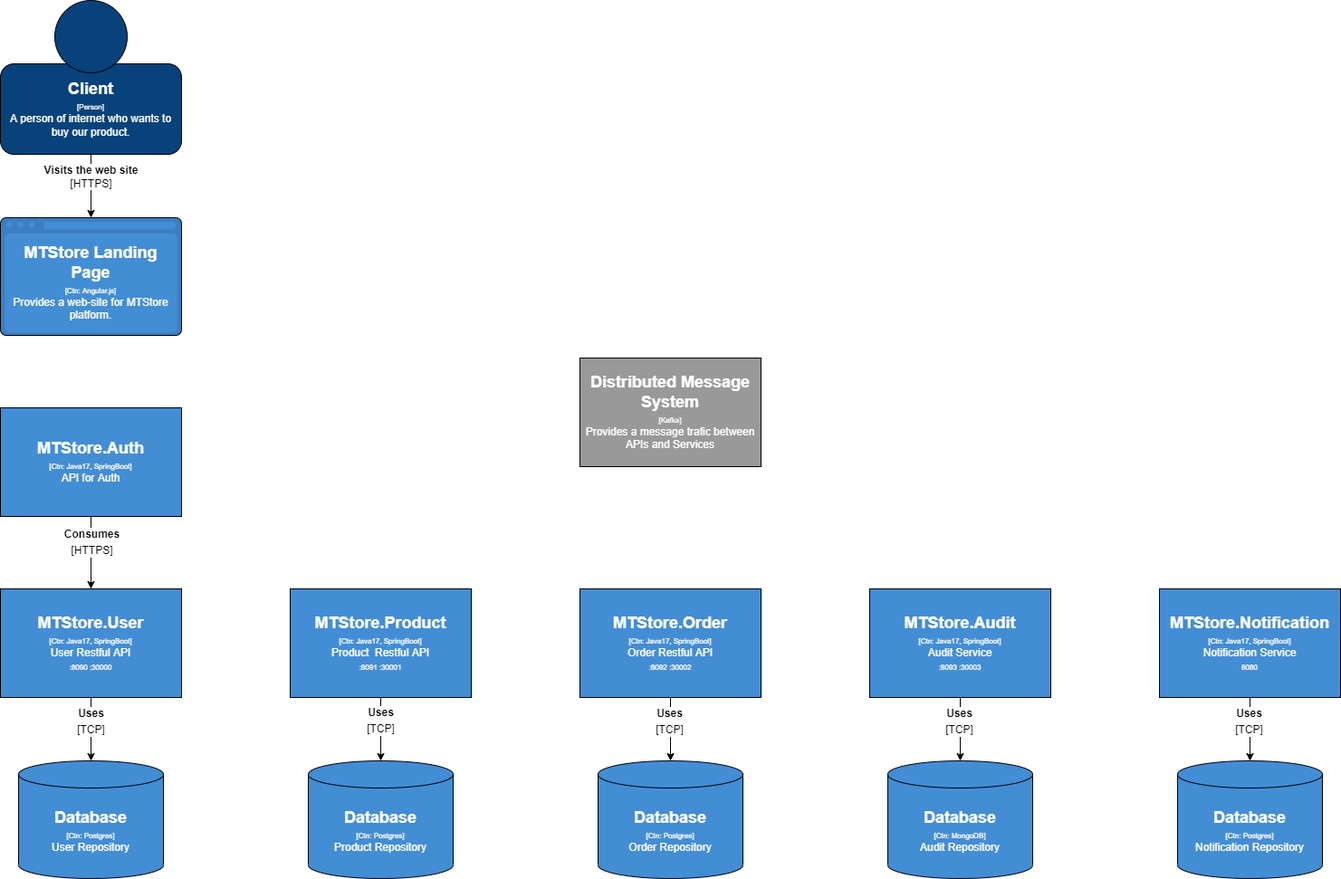
This is MTStore.drawio.png from rodsordi/MTStore.Commons, a draw.io export, as it was before one commit. Source tidied: cells renumbered, new cells last; positions are measured from the earlier drawing's top-left corner, leaving out a move shared by most shapes.
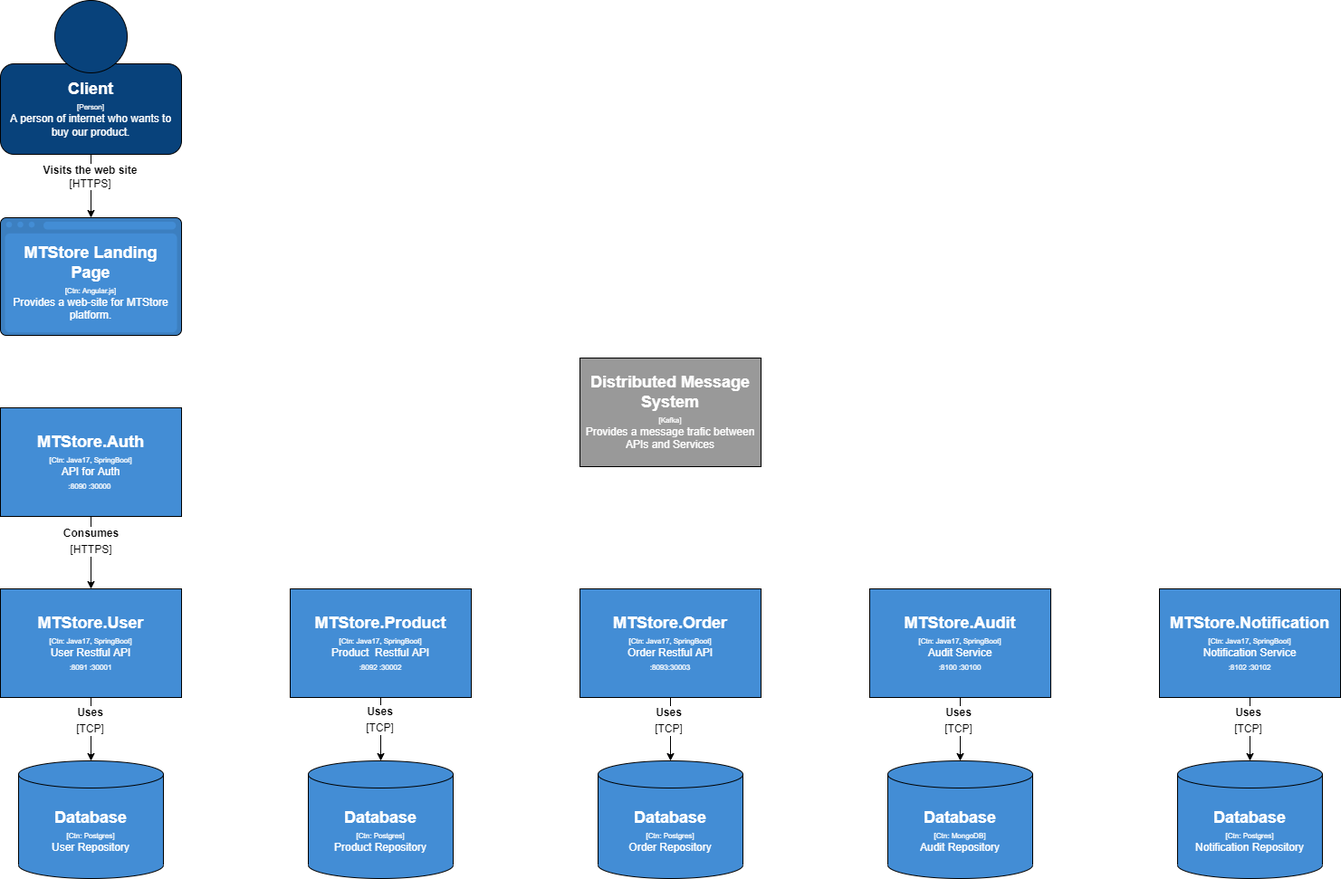
The same diagram one commit later.

Diff of the diagram source:
```diff
@@ -8,7 +8,7 @@
     <mxCell id="3" value="&lt;font color=&quot;#000000&quot;&gt;&lt;span style=&quot;font-size: 12px&quot;&gt;&lt;b&gt;Uses&lt;/b&gt;&lt;/span&gt;&lt;/font&gt;&lt;br style=&quot;color: rgb(0 , 0 , 0) ; font-size: 12px&quot;&gt;&lt;span style=&quot;color: rgb(0 , 0 , 0) ; font-size: 12px&quot;&gt;[TCP]&lt;/span&gt;" style="edgeLabel;html=1;align=center;verticalAlign=middle;fontSize=8;fontColor=#FFFFFF;" parent="2" vertex="1">
       <mxGeometry x="-0.25" y="-1" relative="1" as="geometry" />
     </mxCell>
-    <mxCell id="4" value="&lt;font&gt;&lt;span style=&quot;font-size: 18px ; font-weight: bold&quot;&gt;MTStore.User&lt;/span&gt;&lt;br&gt;&lt;span style=&quot;font-size: 8px&quot;&gt;[Ctn: Java17, SpringBoot]&lt;/span&gt;&lt;br&gt;&lt;span style=&quot;font-size: 12px&quot;&gt;User Restful API&lt;br&gt;&lt;/span&gt;&lt;font style=&quot;font-size: 8px&quot;&gt;:8090 :30000&lt;/font&gt;&lt;br&gt;&lt;/font&gt;" style="rounded=0;whiteSpace=wrap;html=1;fontColor=#FFFFFF;fillColor=#438dd5;" parent="1" vertex="1">
+    <mxCell id="4" value="&lt;font&gt;&lt;span style=&quot;font-size: 18px ; font-weight: bold&quot;&gt;MTStore.User&lt;/span&gt;&lt;br&gt;&lt;span style=&quot;font-size: 8px&quot;&gt;[Ctn: Java17, SpringBoot]&lt;/span&gt;&lt;br&gt;&lt;span style=&quot;font-size: 12px&quot;&gt;User Restful API&lt;br&gt;&lt;/span&gt;&lt;font style=&quot;font-size: 8px&quot;&gt;:8091 :30001&lt;/font&gt;&lt;br&gt;&lt;/font&gt;" style="rounded=0;whiteSpace=wrap;html=1;fontColor=#FFFFFF;fillColor=#438dd5;" parent="1" vertex="1">
       <mxGeometry y="650" width="200" height="120" as="geometry" />
     </mxCell>
     <mxCell id="5" value="&lt;b&gt;&lt;font style=&quot;font-size: 18px&quot;&gt;Database&lt;/font&gt;&lt;/b&gt;&lt;br&gt;&lt;font style=&quot;font-size: 8px&quot;&gt;[Ctn: Postgres]&lt;/font&gt;&lt;br&gt;User Repository" style="shape=cylinder3;whiteSpace=wrap;html=1;boundedLbl=1;backgroundOutline=1;size=15;fontSize=12;fontColor=#FFFFFF;fillColor=#438dd5;" parent="1" vertex="1">
@@ -56,7 +56,7 @@
     <mxCell id="19" value="&lt;font color=&quot;#000000&quot;&gt;&lt;span style=&quot;font-size: 12px&quot;&gt;&lt;b&gt;Uses&lt;/b&gt;&lt;/span&gt;&lt;/font&gt;&lt;br style=&quot;color: rgb(0 , 0 , 0) ; font-size: 12px&quot;&gt;&lt;span style=&quot;color: rgb(0 , 0 , 0) ; font-size: 12px&quot;&gt;[TCP]&lt;/span&gt;" style="edgeLabel;html=1;align=center;verticalAlign=middle;fontSize=8;fontColor=#FFFFFF;" parent="18" vertex="1">
       <mxGeometry x="-0.29" y="-1" relative="1" as="geometry" />
     </mxCell>
-    <mxCell id="20" value="&lt;span style=&quot;font-size: 18px ; font-weight: bold&quot;&gt;MTStore.Product&lt;/span&gt;&lt;br&gt;&lt;span style=&quot;font-size: 8px&quot;&gt;[Ctn: Java17, SpringBoot]&lt;/span&gt;&lt;br&gt;Product&amp;nbsp; Restful API&lt;br&gt;&lt;span style=&quot;font-size: 8px&quot;&gt;:8091 :30001&lt;/span&gt;" style="rounded=0;whiteSpace=wrap;html=1;fontColor=#FFFFFF;fillColor=#438dd5;" parent="1" vertex="1">
+    <mxCell id="20" value="&lt;span style=&quot;font-size: 18px ; font-weight: bold&quot;&gt;MTStore.Product&lt;/span&gt;&lt;br&gt;&lt;span style=&quot;font-size: 8px&quot;&gt;[Ctn: Java17, SpringBoot]&lt;/span&gt;&lt;br&gt;Product&amp;nbsp; Restful API&lt;br&gt;&lt;span style=&quot;font-size: 8px&quot;&gt;:8092 :30002&lt;/span&gt;" style="rounded=0;whiteSpace=wrap;html=1;fontColor=#FFFFFF;fillColor=#438dd5;" parent="1" vertex="1">
       <mxGeometry x="320" y="650" width="200" height="120" as="geometry" />
     </mxCell>
     <mxCell id="21" value="&lt;b&gt;&lt;font style=&quot;font-size: 18px&quot;&gt;Database&lt;/font&gt;&lt;/b&gt;&lt;br&gt;&lt;font style=&quot;font-size: 8px&quot;&gt;[Ctn: Postgres]&lt;/font&gt;&lt;br&gt;Product Repository" style="shape=cylinder3;whiteSpace=wrap;html=1;boundedLbl=1;backgroundOutline=1;size=15;fontSize=12;fontColor=#FFFFFF;fillColor=#438dd5;" parent="1" vertex="1">
@@ -68,7 +68,7 @@
     <mxCell id="23" value="&lt;font color=&quot;#000000&quot;&gt;&lt;span style=&quot;font-size: 12px&quot;&gt;&lt;b&gt;Uses&lt;/b&gt;&lt;/span&gt;&lt;/font&gt;&lt;br style=&quot;color: rgb(0 , 0 , 0) ; font-size: 12px&quot;&gt;&lt;span style=&quot;color: rgb(0 , 0 , 0) ; font-size: 12px&quot;&gt;[TCP]&lt;/span&gt;" style="edgeLabel;html=1;align=center;verticalAlign=middle;fontSize=8;fontColor=#FFFFFF;" parent="22" vertex="1">
       <mxGeometry x="-0.26" y="-2" relative="1" as="geometry" />
     </mxCell>
-    <mxCell id="24" value="&lt;font size=&quot;1&quot;&gt;&lt;span style=&quot;font-size: 18px ; font-weight: bold&quot;&gt;MTStore.Order&lt;/span&gt;&lt;br&gt;&lt;span style=&quot;font-size: 8px&quot;&gt;[Ctn: Java17, SpringBoot]&lt;/span&gt;&lt;br&gt;&lt;span style=&quot;font-size: 12px&quot;&gt;Order Restful API&lt;br&gt;&lt;/span&gt;&lt;/font&gt;&lt;span style=&quot;font-size: 8px&quot;&gt;:8092 :30002&lt;/span&gt;&lt;font size=&quot;1&quot;&gt;&lt;br&gt;&lt;/font&gt;" style="rounded=0;whiteSpace=wrap;html=1;fontColor=#FFFFFF;fillColor=#438dd5;" parent="1" vertex="1">
+    <mxCell id="24" value="&lt;font size=&quot;1&quot;&gt;&lt;span style=&quot;font-size: 18px ; font-weight: bold&quot;&gt;MTStore.Order&lt;/span&gt;&lt;br&gt;&lt;span style=&quot;font-size: 8px&quot;&gt;[Ctn: Java17, SpringBoot]&lt;/span&gt;&lt;br&gt;&lt;span style=&quot;font-size: 12px&quot;&gt;Order Restful API&lt;br&gt;&lt;/span&gt;&lt;/font&gt;&lt;span style=&quot;font-size: 8px&quot;&gt;:8093:30003&lt;/span&gt;&lt;font size=&quot;1&quot;&gt;&lt;br&gt;&lt;/font&gt;" style="rounded=0;whiteSpace=wrap;html=1;fontColor=#FFFFFF;fillColor=#438dd5;" parent="1" vertex="1">
       <mxGeometry x="640" y="650" width="200" height="120" as="geometry" />
     </mxCell>
     <mxCell id="25" value="&lt;b&gt;&lt;font style=&quot;font-size: 18px&quot;&gt;Database&lt;/font&gt;&lt;/b&gt;&lt;br&gt;&lt;font style=&quot;font-size: 8px&quot;&gt;[Ctn: Postgres]&lt;/font&gt;&lt;br&gt;Order Repository" style="shape=cylinder3;whiteSpace=wrap;html=1;boundedLbl=1;backgroundOutline=1;size=15;fontSize=12;fontColor=#FFFFFF;fillColor=#438dd5;" parent="1" vertex="1">
@@ -80,7 +80,7 @@
     <mxCell id="27" value="&lt;b style=&quot;color: rgb(0 , 0 , 0) ; font-size: 12px&quot;&gt;Consumes&lt;/b&gt;&lt;br style=&quot;color: rgb(0 , 0 , 0) ; font-size: 12px&quot;&gt;&lt;span style=&quot;color: rgb(0 , 0 , 0) ; font-size: 12px&quot;&gt;[HTTPS]&lt;/span&gt;" style="edgeLabel;html=1;align=center;verticalAlign=middle;fontSize=8;fontColor=#FFFFFF;" parent="26" vertex="1">
       <mxGeometry x="-0.31" relative="1" as="geometry" />
     </mxCell>
-    <mxCell id="28" value="&lt;font size=&quot;1&quot;&gt;&lt;span style=&quot;font-size: 18px ; font-weight: bold&quot;&gt;MTStore.Auth&lt;/span&gt;&lt;br&gt;&lt;span style=&quot;font-size: 8px&quot;&gt;[Ctn: Java17, SpringBoot]&lt;/span&gt;&lt;br&gt;&lt;span style=&quot;font-size: 12px&quot;&gt;API for Auth&lt;/span&gt;&lt;br&gt;&lt;/font&gt;" style="rounded=0;whiteSpace=wrap;html=1;fontColor=#FFFFFF;fillColor=#438dd5;" parent="1" vertex="1">
+    <mxCell id="28" value="&lt;font size=&quot;1&quot;&gt;&lt;span style=&quot;font-size: 18px ; font-weight: bold&quot;&gt;MTStore.Auth&lt;/span&gt;&lt;br&gt;&lt;span style=&quot;font-size: 8px&quot;&gt;[Ctn: Java17, SpringBoot]&lt;/span&gt;&lt;br&gt;&lt;span style=&quot;font-size: 12px&quot;&gt;API for Auth&lt;br&gt;&lt;/span&gt;&lt;/font&gt;&lt;span style=&quot;font-size: 8px&quot;&gt;:8090 :30000&amp;nbsp;&lt;/span&gt;&lt;font size=&quot;1&quot;&gt;&lt;br&gt;&lt;/font&gt;" style="rounded=0;whiteSpace=wrap;html=1;fontColor=#FFFFFF;fillColor=#438dd5;" parent="1" vertex="1">
       <mxGeometry y="450" width="200" height="120" as="geometry" />
     </mxCell>
     <mxCell id="29" style="edgeStyle=orthogonalEdgeStyle;rounded=0;jettySize=auto;html=1;exitX=0.5;exitY=1;exitDx=0;exitDy=0;entryX=0.5;entryY=0;entryDx=0;entryDy=0;entryPerimeter=0;fontSize=8;fontColor=#FFFFFF;" parent="1" edge="1" source="31" target="32">
@@ -89,7 +89,7 @@
     <mxCell id="30" value="&lt;font color=&quot;#000000&quot;&gt;&lt;span style=&quot;font-size: 12px&quot;&gt;&lt;b&gt;Uses&lt;/b&gt;&lt;/span&gt;&lt;/font&gt;&lt;br style=&quot;color: rgb(0 , 0 , 0) ; font-size: 12px&quot;&gt;&lt;span style=&quot;color: rgb(0 , 0 , 0) ; font-size: 12px&quot;&gt;[TCP]&lt;/span&gt;" style="edgeLabel;html=1;align=center;verticalAlign=middle;fontSize=8;fontColor=#FFFFFF;" parent="29" vertex="1">
       <mxGeometry x="-0.26" y="-2" relative="1" as="geometry" />
     </mxCell>
-    <mxCell id="31" value="&lt;font size=&quot;1&quot;&gt;&lt;span style=&quot;font-size: 18px ; font-weight: bold&quot;&gt;MTStore.Audit&lt;/span&gt;&lt;br&gt;&lt;span style=&quot;font-size: 8px&quot;&gt;[Ctn: Java17, SpringBoot]&lt;/span&gt;&lt;br&gt;&lt;span style=&quot;font-size: 12px&quot;&gt;Audit Service&lt;br&gt;&lt;/span&gt;&lt;/font&gt;&lt;span style=&quot;font-size: 8px&quot;&gt;:8093 :30003&lt;/span&gt;&lt;font size=&quot;1&quot;&gt;&lt;br&gt;&lt;/font&gt;" style="rounded=0;whiteSpace=wrap;html=1;fontColor=#FFFFFF;fillColor=#438dd5;" parent="1" vertex="1">
+    <mxCell id="31" value="&lt;font size=&quot;1&quot;&gt;&lt;span style=&quot;font-size: 18px ; font-weight: bold&quot;&gt;MTStore.Audit&lt;/span&gt;&lt;br&gt;&lt;span style=&quot;font-size: 8px&quot;&gt;[Ctn: Java17, SpringBoot]&lt;/span&gt;&lt;br&gt;&lt;span style=&quot;font-size: 12px&quot;&gt;Audit Service&lt;br&gt;&lt;/span&gt;&lt;/font&gt;&lt;span style=&quot;font-size: 8px&quot;&gt;:8100 :30100&lt;/span&gt;&lt;font size=&quot;1&quot;&gt;&lt;br&gt;&lt;/font&gt;" style="rounded=0;whiteSpace=wrap;html=1;fontColor=#FFFFFF;fillColor=#438dd5;" parent="1" vertex="1">
       <mxGeometry x="960" y="650" width="200" height="120" as="geometry" />
     </mxCell>
     <mxCell id="32" value="&lt;b&gt;&lt;font style=&quot;font-size: 18px&quot;&gt;Database&lt;/font&gt;&lt;/b&gt;&lt;br&gt;&lt;font style=&quot;font-size: 8px&quot;&gt;[Ctn: MongoDB]&lt;/font&gt;&lt;br&gt;Audit Repository" style="shape=cylinder3;whiteSpace=wrap;html=1;boundedLbl=1;backgroundOutline=1;size=15;fontSize=12;fontColor=#FFFFFF;fillColor=#438dd5;" parent="1" vertex="1">
@@ -101,7 +101,7 @@
     <mxCell id="34" value="&lt;font color=&quot;#000000&quot;&gt;&lt;span style=&quot;font-size: 12px&quot;&gt;&lt;b&gt;Uses&lt;/b&gt;&lt;/span&gt;&lt;/font&gt;&lt;br style=&quot;color: rgb(0 , 0 , 0) ; font-size: 12px&quot;&gt;&lt;span style=&quot;color: rgb(0 , 0 , 0) ; font-size: 12px&quot;&gt;[TCP]&lt;/span&gt;" style="edgeLabel;html=1;align=center;verticalAlign=middle;fontSize=8;fontColor=#FFFFFF;" parent="33" vertex="1">
       <mxGeometry x="-0.26" y="-2" relative="1" as="geometry" />
     </mxCell>
-    <mxCell id="35" value="&lt;font size=&quot;1&quot;&gt;&lt;span style=&quot;font-size: 18px ; font-weight: bold&quot;&gt;MTStore.Notification&lt;/span&gt;&lt;br&gt;&lt;span style=&quot;font-size: 8px&quot;&gt;[Ctn: Java17, SpringBoot]&lt;/span&gt;&lt;br&gt;&lt;span style=&quot;font-size: 12px&quot;&gt;Notification Service&lt;br&gt;&lt;/span&gt;&lt;/font&gt;&lt;span style=&quot;font-size: 8px&quot;&gt;8080&lt;/span&gt;&lt;font size=&quot;1&quot;&gt;&lt;br&gt;&lt;/font&gt;" style="rounded=0;whiteSpace=wrap;html=1;fontColor=#FFFFFF;fillColor=#438dd5;" parent="1" vertex="1">
+    <mxCell id="35" value="&lt;font size=&quot;1&quot;&gt;&lt;span style=&quot;font-size: 18px ; font-weight: bold&quot;&gt;MTStore.Notification&lt;/span&gt;&lt;br&gt;&lt;span style=&quot;font-size: 8px&quot;&gt;[Ctn: Java17, SpringBoot]&lt;/span&gt;&lt;br&gt;&lt;span style=&quot;font-size: 12px&quot;&gt;Notification Service&lt;br&gt;&lt;/span&gt;&lt;/font&gt;&lt;span style=&quot;font-size: 8px&quot;&gt;:8102 :30102&lt;/span&gt;&lt;font size=&quot;1&quot;&gt;&lt;br&gt;&lt;/font&gt;" style="rounded=0;whiteSpace=wrap;html=1;fontColor=#FFFFFF;fillColor=#438dd5;" parent="1" vertex="1">
       <mxGeometry x="1280" y="650" width="200" height="120" as="geometry" />
     </mxCell>
     <mxCell id="36" value="&lt;b&gt;&lt;font style=&quot;font-size: 18px&quot;&gt;Database&lt;/font&gt;&lt;/b&gt;&lt;br&gt;&lt;font style=&quot;font-size: 8px&quot;&gt;[Ctn: Postgres]&lt;/font&gt;&lt;br&gt;Notification Repository" style="shape=cylinder3;whiteSpace=wrap;html=1;boundedLbl=1;backgroundOutline=1;size=15;fontSize=12;fontColor=#FFFFFF;fillColor=#438dd5;" parent="1" vertex="1">
```
